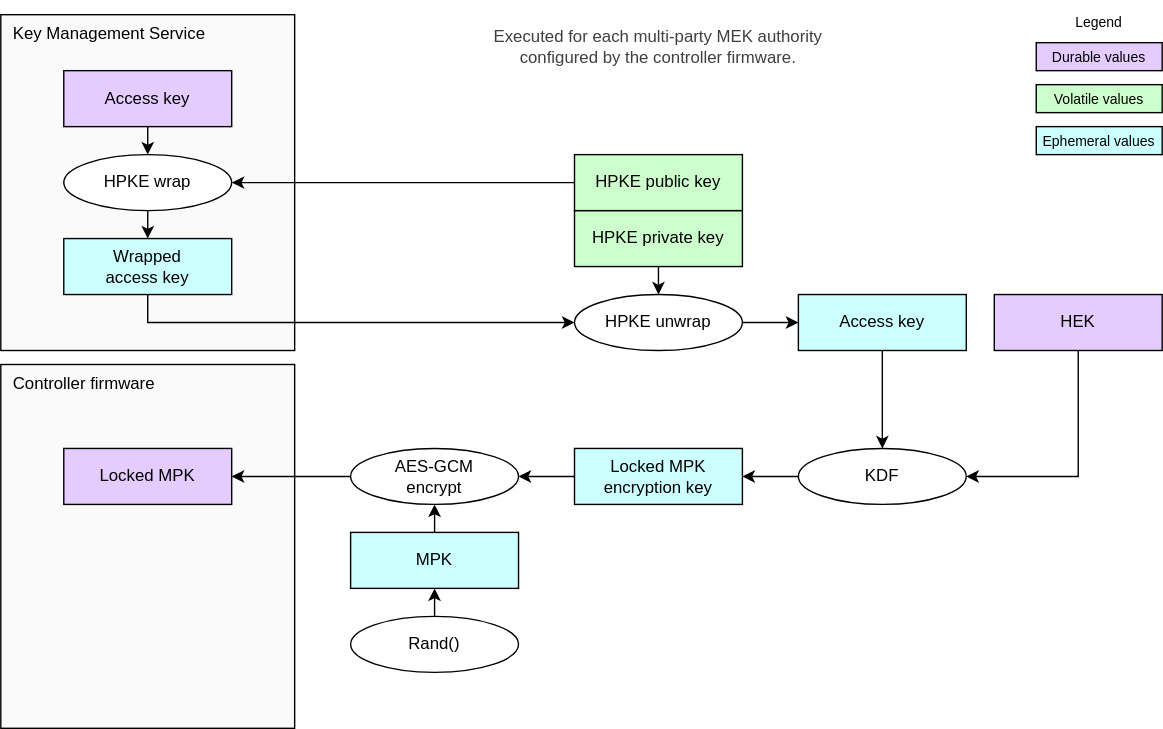
chipsalliance/Caliptra keeps this draw.io diagram as doc/ocp_lock/diagrams/mpk_generate.drawio.svg. Above is the earlier version. Source tidied: cells renumbered, new cells last; positions are measured from the earlier drawing's top-left corner, leaving out a move shared by most shapes.
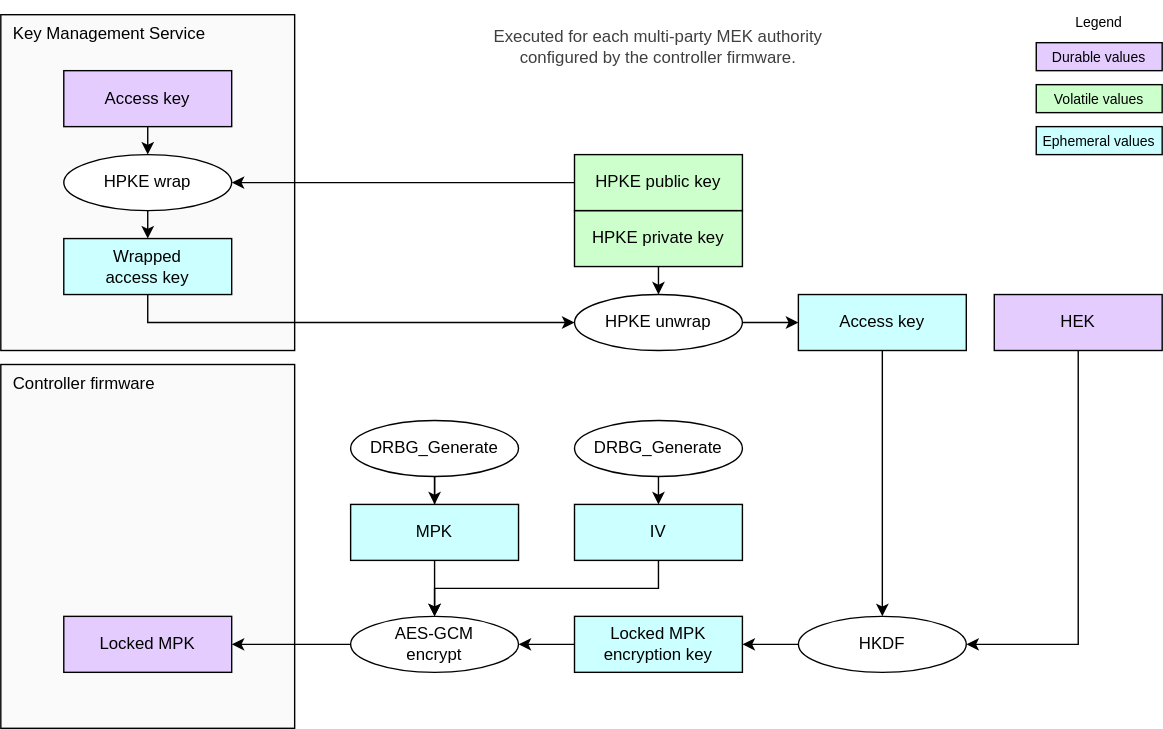
The same diagram one commit later.

Change to the diagram source:
```diff
@@ -9,29 +9,29 @@
       <mxGeometry y="10" width="210" height="240" as="geometry" />
     </mxCell>
     <mxCell id="4" value="&lt;div&gt;&lt;font color=&quot;#000000&quot;&gt;Locked MPK&lt;/font&gt;&lt;/div&gt;" style="rounded=0;whiteSpace=wrap;html=1;align=center;verticalAlign=middle;shadow=0;glass=0;spacingLeft=0;spacingBottom=0;spacingTop=0;fillColor=#E5CCFF;" parent="1" vertex="1">
-      <mxGeometry x="45" y="320" width="120" height="40" as="geometry" />
+      <mxGeometry x="45" y="440" width="120" height="40" as="geometry" />
     </mxCell>
     <mxCell id="5" value="&lt;div&gt;&lt;font color=&quot;#000000&quot;&gt;HEK&lt;/font&gt;&lt;/div&gt;" style="rounded=0;whiteSpace=wrap;html=1;align=center;verticalAlign=middle;shadow=0;glass=0;spacingLeft=0;spacingBottom=0;spacingTop=0;fillColor=#E5CCFF;" parent="1" vertex="1">
       <mxGeometry x="710" y="210" width="120" height="40" as="geometry" />
     </mxCell>
     <mxCell id="6" value="&lt;div&gt;&lt;font color=&quot;#000000&quot;&gt;Locked MPK encryption key&lt;/font&gt;&lt;/div&gt;" style="rounded=0;whiteSpace=wrap;html=1;align=center;verticalAlign=middle;shadow=0;glass=0;spacingLeft=0;spacingBottom=0;spacingTop=0;fillColor=#CCFFFF;" parent="1" vertex="1">
-      <mxGeometry x="410" y="320" width="120" height="40" as="geometry" />
+      <mxGeometry x="410" y="440" width="120" height="40" as="geometry" />
     </mxCell>
     <mxCell id="7" value="&lt;div&gt;&lt;font color=&quot;#000000&quot;&gt;Access key&lt;/font&gt;&lt;/div&gt;" style="rounded=0;whiteSpace=wrap;html=1;align=center;verticalAlign=middle;shadow=0;glass=0;spacingLeft=0;spacingBottom=0;spacingTop=0;fillColor=#CCFFFF;" parent="1" vertex="1">
       <mxGeometry x="570" y="210" width="120" height="40" as="geometry" />
     </mxCell>
-    <mxCell id="8" value="KDF" style="ellipse;whiteSpace=wrap;html=1;fillColor=#FFFFFF;" parent="1" vertex="1">
-      <mxGeometry x="570" y="320" width="120" height="40" as="geometry" />
+    <mxCell id="8" value="HKDF" style="ellipse;whiteSpace=wrap;html=1;fillColor=#FFFFFF;" parent="1" vertex="1">
+      <mxGeometry x="570" y="440" width="120" height="40" as="geometry" />
     </mxCell>
     <mxCell id="9" value="AES-GCM&lt;div&gt;encrypt&lt;/div&gt;" style="ellipse;whiteSpace=wrap;html=1;fillColor=#FFFFFF;" parent="1" vertex="1">
-      <mxGeometry x="250" y="320" width="120" height="40" as="geometry" />
+      <mxGeometry x="250" y="440" width="120" height="40" as="geometry" />
     </mxCell>
     <mxCell id="10" style="endArrow=none;html=1;exitX=1;exitY=0.5;exitDx=0;exitDy=0;entryX=0;entryY=0.5;entryDx=0;entryDy=0;startArrow=classic;startFill=1;endFill=0;endSize=6;startSize=6;" parent="1" edge="1" source="4" target="9">
       <mxGeometry relative="1" as="geometry" />
     </mxCell>
     <mxCell id="11" style="endArrow=none;html=1;exitX=0.5;exitY=1;exitDx=0;exitDy=0;entryX=0.5;entryY=0;entryDx=0;entryDy=0;startArrow=classic;startFill=1;endFill=0;endSize=6;startSize=6;" parent="1" edge="1" source="15">
       <mxGeometry relative="1" as="geometry">
-        <mxPoint x="310" y="440" as="targetPoint" />
+        <mxPoint x="310" y="340" as="targetPoint" />
       </mxGeometry>
     </mxCell>
     <mxCell id="12" style="endArrow=classic;html=1;exitX=0;exitY=0.5;exitDx=0;exitDy=0;entryX=1;entryY=0.5;entryDx=0;entryDy=0;endSize=6;startSize=6;" parent="1" edge="1" source="6" target="9">
@@ -44,15 +44,15 @@
       <mxGeometry relative="1" as="geometry" />
     </mxCell>
     <mxCell id="15" value="&lt;div&gt;&lt;font color=&quot;#000000&quot;&gt;MPK&lt;/font&gt;&lt;/div&gt;" style="rounded=0;whiteSpace=wrap;html=1;align=center;verticalAlign=middle;shadow=0;glass=0;spacingLeft=0;spacingBottom=0;spacingTop=0;fillColor=#CCFFFF;" parent="1" vertex="1">
-      <mxGeometry x="250" y="380" width="120" height="40" as="geometry" />
+      <mxGeometry x="250" y="360" width="120" height="40" as="geometry" />
     </mxCell>
-    <mxCell id="16" style="endArrow=none;html=1;exitX=0.5;exitY=1;exitDx=0;exitDy=0;entryX=0.5;entryY=0;entryDx=0;entryDy=0;startArrow=classic;startFill=1;endFill=0;endSize=6;startSize=6;" parent="1" edge="1" source="9" target="15">
+    <mxCell id="16" style="endArrow=none;html=1;exitX=0.5;exitY=0;exitDx=0;exitDy=0;entryX=0.5;entryY=1;entryDx=0;entryDy=0;startArrow=classic;startFill=1;endFill=0;endSize=6;startSize=6;" parent="1" edge="1" source="9" target="15">
       <mxGeometry relative="1" as="geometry" />
     </mxCell>
     <mxCell id="17" style="edgeStyle=segmentEdgeStyle;endArrow=classic;html=1;curved=0;rounded=0;endSize=6;startSize=6;entryX=1;entryY=0.5;entryDx=0;entryDy=0;exitX=0.5;exitY=1;exitDx=0;exitDy=0;" parent="1" edge="1" source="5" target="8">
       <mxGeometry relative="1" as="geometry">
         <Array as="points">
-          <mxPoint x="770" y="340" />
+          <mxPoint x="770" y="460" />
         </Array>
       </mxGeometry>
     </mxCell>
@@ -104,8 +104,11 @@
     <mxCell id="30" value="Legend" style="text;strokeColor=none;align=center;fillColor=none;html=1;verticalAlign=middle;whiteSpace=wrap;rounded=0;fontSize=10;" parent="1" vertex="1">
       <mxGeometry x="755" width="60" height="30" as="geometry" />
     </mxCell>
+    <mxCell id="36" style="edgeStyle=none;html=1;entryX=0.5;entryY=0;entryDx=0;entryDy=0;exitX=0.5;exitY=1;exitDx=0;exitDy=0;" parent="1" edge="1" source="31" target="15">
+      <mxGeometry relative="1" as="geometry" />
+    </mxCell>
-    <mxCell id="31" value="Rand()" style="ellipse;whiteSpace=wrap;html=1;fillColor=#FFFFFF;" parent="1" vertex="1">
-      <mxGeometry x="250" y="440" width="120" height="40" as="geometry" />
+    <mxCell id="31" value="DRBG_Generate" style="ellipse;whiteSpace=wrap;html=1;fillColor=#FFFFFF;" parent="1" vertex="1">
+      <mxGeometry x="250" y="300" width="120" height="40" as="geometry" />
     </mxCell>
     <mxCell id="32" value="&lt;div&gt;&lt;font color=&quot;#000000&quot;&gt;Volatile values&lt;/font&gt;&lt;/div&gt;" style="rounded=0;whiteSpace=wrap;html=1;align=center;verticalAlign=middle;shadow=0;glass=0;spacingLeft=0;spacingBottom=0;spacingTop=0;fillColor=#CCFFCC;fontSize=10;" parent="1" vertex="1">
       <mxGeometry x="740" y="60" width="90" height="20" as="geometry" />
@@ -119,5 +122,17 @@
     <mxCell id="35" value="&lt;div style=&quot;color: rgb(63, 63, 63);&quot;&gt;Executed&lt;span style=&quot;background-color: transparent;&quot;&gt;&amp;nbsp;for&amp;nbsp;&lt;/span&gt;&lt;span style=&quot;background-color: transparent;&quot;&gt;each multi-party MEK authority configured by the controller firmware.&lt;/span&gt;&lt;/div&gt;" style="text;strokeColor=none;align=center;fillColor=none;html=1;verticalAlign=middle;whiteSpace=wrap;rounded=0;" parent="1" vertex="1">
       <mxGeometry x="340" y="10" width="260" height="45" as="geometry" />
     </mxCell>
+    <mxCell id="37" style="endArrow=none;html=1;exitX=0.5;exitY=0;exitDx=0;exitDy=0;entryX=0.5;entryY=1;entryDx=0;entryDy=0;startArrow=classic;startFill=1;endFill=0;endSize=6;startSize=6;" parent="1" edge="1" source="38" target="39">
+      <mxGeometry relative="1" as="geometry" />
+    </mxCell>
+    <mxCell id="38" value="&lt;div&gt;&lt;font color=&quot;#000000&quot;&gt;IV&lt;/font&gt;&lt;/div&gt;" style="rounded=0;whiteSpace=wrap;html=1;align=center;verticalAlign=middle;shadow=0;glass=0;spacingLeft=0;spacingBottom=0;spacingTop=0;fillColor=#CCFFFF;" parent="1" vertex="1">
+      <mxGeometry x="410" y="360" width="120" height="40" as="geometry" />
+    </mxCell>
+    <mxCell id="39" value="DRBG_Generate" style="ellipse;whiteSpace=wrap;html=1;fillColor=#FFFFFF;" parent="1" vertex="1">
+      <mxGeometry x="410" y="300" width="120" height="40" as="geometry" />
+    </mxCell>
+    <mxCell id="40" style="edgeStyle=orthogonalEdgeStyle;endArrow=classic;html=1;rounded=0;endSize=6;startSize=6;entryX=0.5;entryY=0;entryDx=0;entryDy=0;exitX=0.5;exitY=1;exitDx=0;exitDy=0;" parent="1" edge="1" source="38" target="9">
+      <mxGeometry relative="1" as="geometry" />
+    </mxCell>
   </root>
 </mxGraphModel>
```
